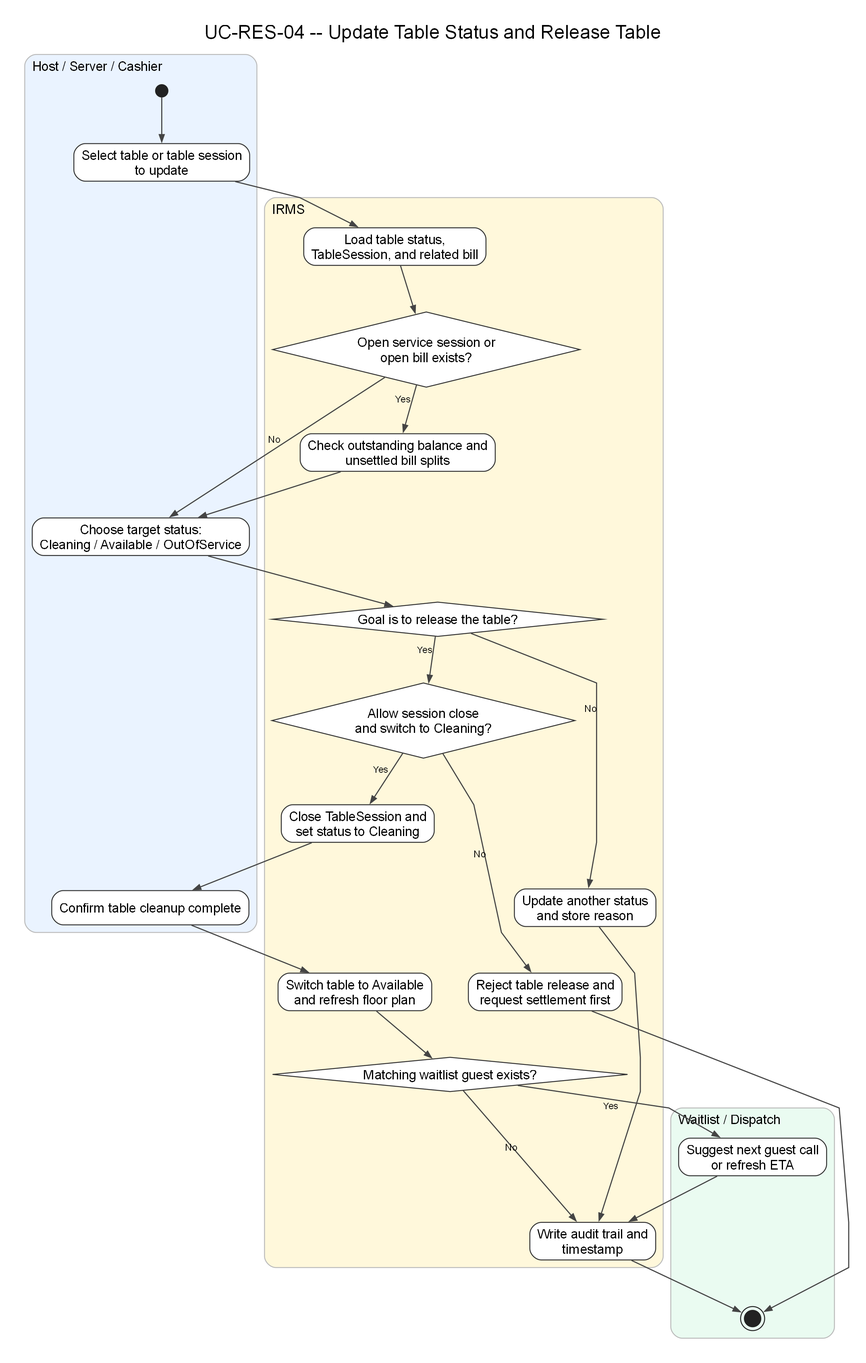
Earlier version of the Graphviz export assets/diagrams/rendered/activity/uc-res-04-update-table-status-and-release.png (lehoangluan1/SA_IRMS). Its source is kept beside it as assets/diagrams/source/activity/uc-res-04-update-table-status-and-release.dot.
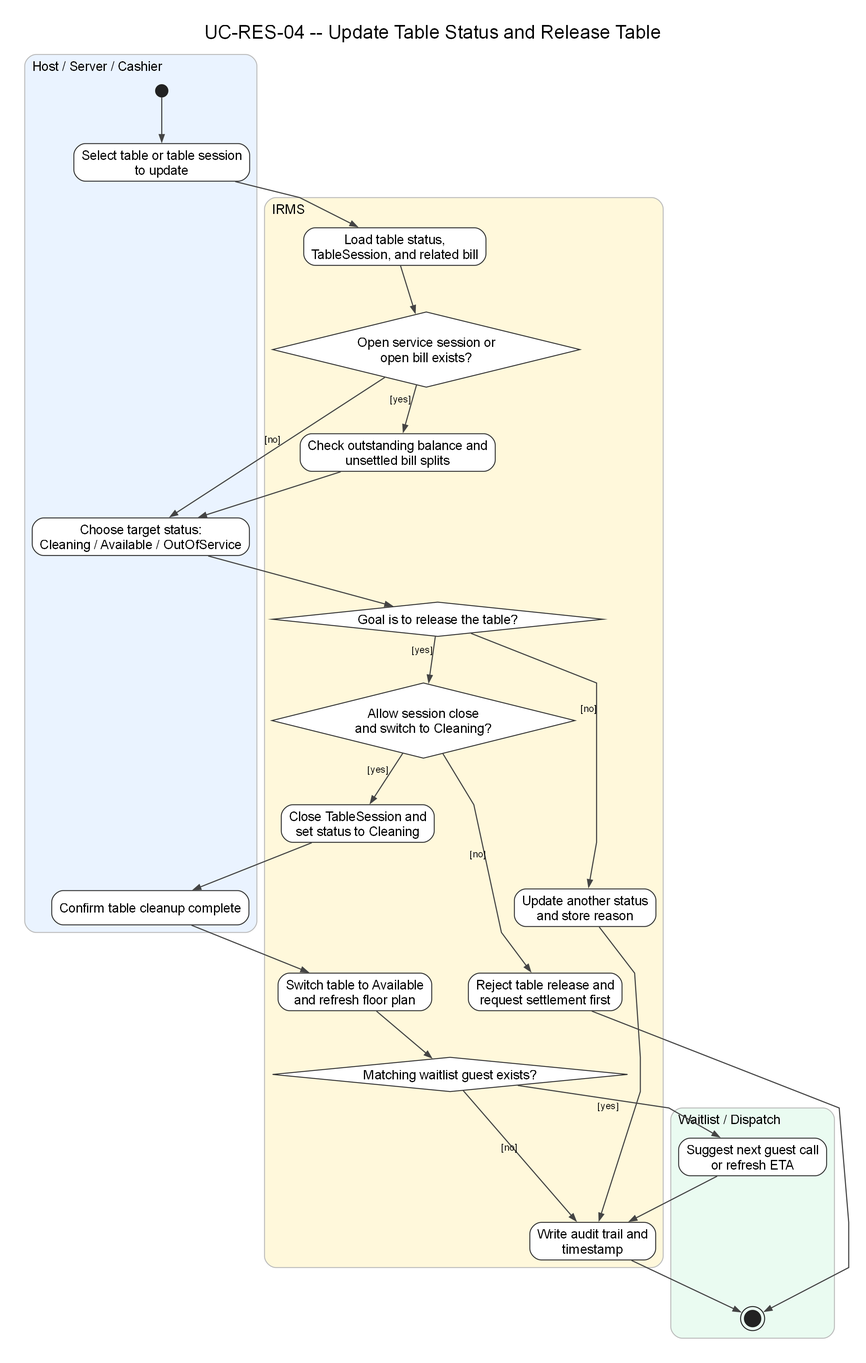
After the change.

Diff of the diagram source:
```diff
@@ -40,21 +40,21 @@
   n0 -> n1;
   n1 -> n2;
   n2 -> n3;
-  n3 -> n4 [xlabel="Yes"];
-  n3 -> n5 [xlabel="No"];
+  n3 -> n4 [xlabel="[yes]"];
+  n3 -> n5 [xlabel="[no]"];
   n4 -> n5;
   n5 -> n6;
-  n6 -> n7 [xlabel="Yes"];
-  n6 -> n10 [xlabel="No"];
-  n7 -> n9 [xlabel="Yes"];
-  n7 -> n8 [xlabel="No"];
+  n6 -> n7 [xlabel="[yes]"];
+  n6 -> n10 [xlabel="[no]"];
+  n7 -> n9 [xlabel="[yes]"];
+  n7 -> n8 [xlabel="[no]"];
   n8 -> n17;
   n9 -> n12;
   n12 -> n13;
   n10 -> n15;
   n13 -> n14;
-  n14 -> n16 [xlabel="Yes"];
-  n14 -> n15 [xlabel="No"];
+  n14 -> n16 [xlabel="[yes]"];
+  n14 -> n15 [xlabel="[no]"];
   n16 -> n15;
   n15 -> n17;
 }
```
